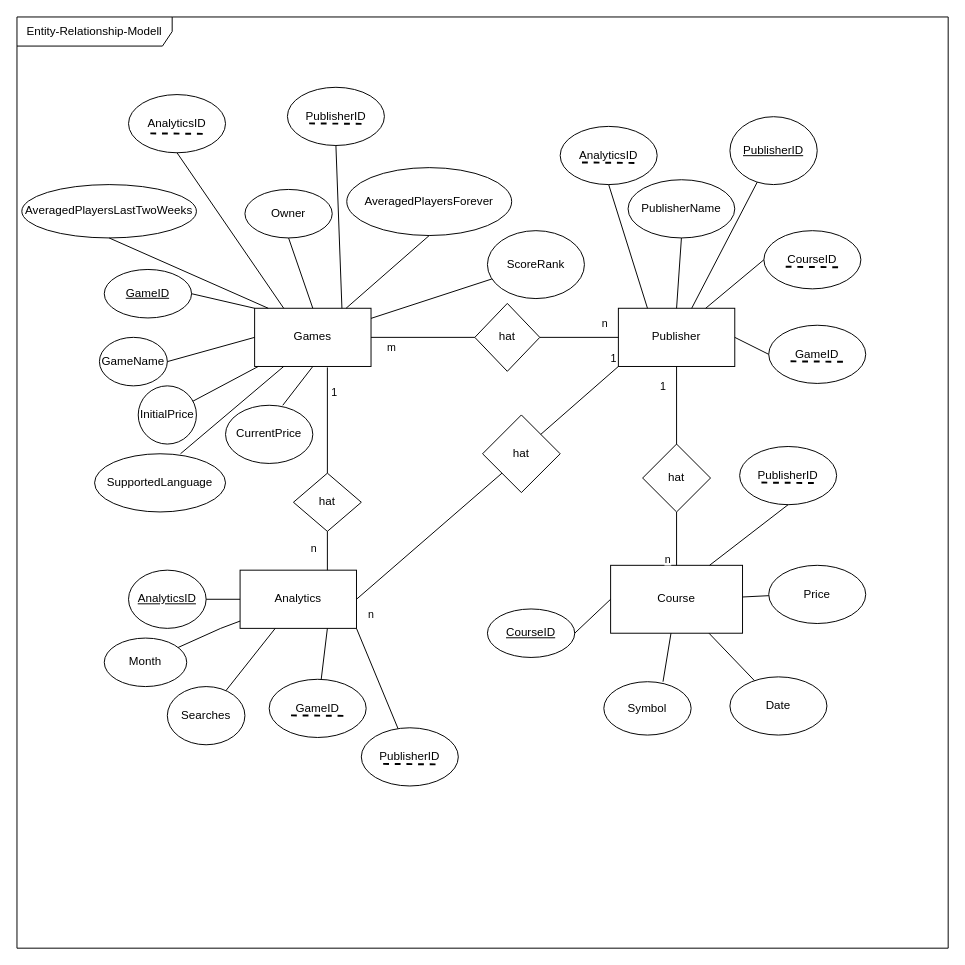
Noah250201/Simulationsprojekt keeps this draw.io diagram as ERModel.drawio. Above is the earlier version. Source tidied: cells renumbered, new cells numbered last; positions are measured from the earlier drawing's top-left corner, leaving out a move shared by most shapes. Both pictures are drawn from the tidied source at 97%, with x=0, y=0 at pixel (16, 16).
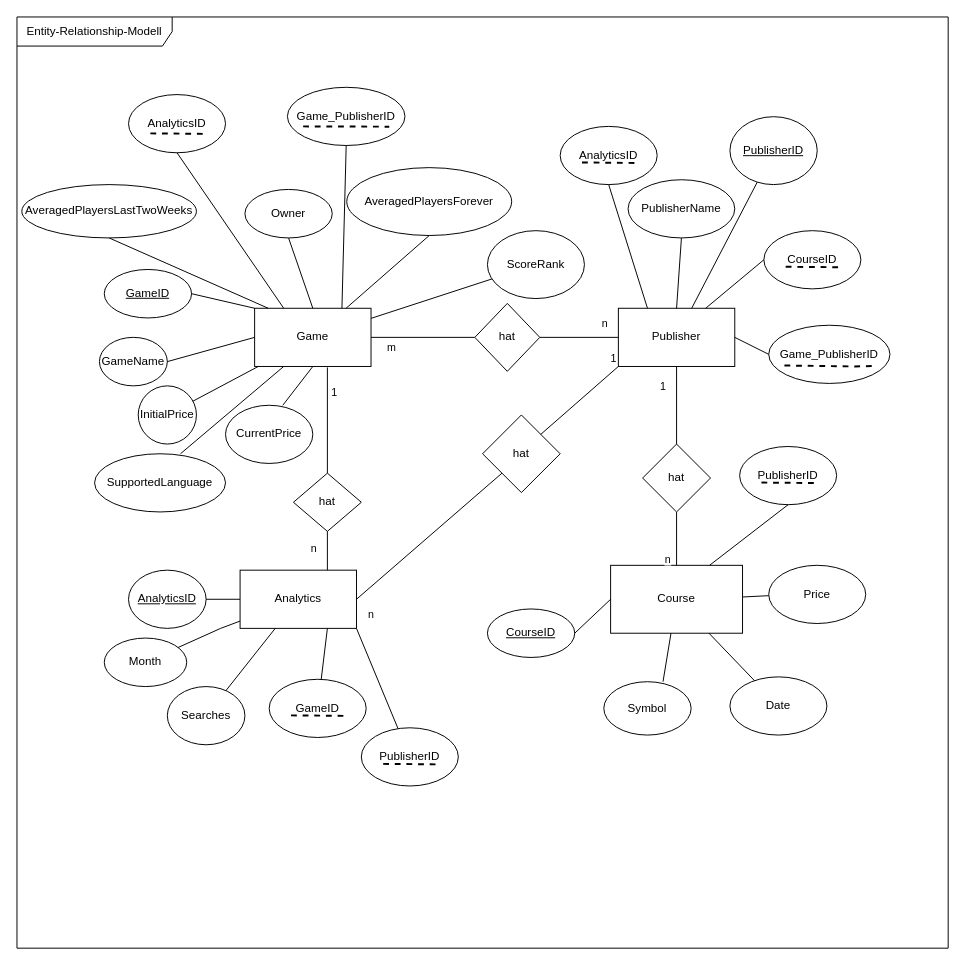
The same page after the edit.

Unchanged cells that the change refers to:
```xml
<mxCell id="2" value="Entity-Relationship-Modell" style="shape=umlFrame;whiteSpace=wrap;html=1;width=160;" parent="1" vertex="1">
  <mxGeometry width="960" height="960" as="geometry" />
</mxCell>
```

Diff of the diagram source:
```diff
@@
-    <mxCell id="3" value="Games" style="rounded=0;whiteSpace=wrap;html=1;" parent="2" vertex="1">
+    <mxCell id="3" value="Game" style="rounded=0;whiteSpace=wrap;html=1;" parent="2" vertex="1">
       <mxGeometry x="245" y="300.3" width="120" height="60" as="geometry" />
     </mxCell>
@@
-    <mxCell id="75" value="GameID" style="ellipse;whiteSpace=wrap;html=1;" parent="2" vertex="1">
-      <mxGeometry x="775" y="317.8" width="100" height="60" as="geometry" />
+    <mxCell id="75" value="Game_PublisherID" style="ellipse;whiteSpace=wrap;html=1;" parent="2" vertex="1">
+      <mxGeometry x="775" y="317.8" width="125" height="60" as="geometry" />
     </mxCell>
-    <mxCell id="76" style="endArrow=none;html=1;rounded=0;dashed=1;strokeWidth=2;" parent="2" edge="1">
+    <mxCell id="76" style="endArrow=none;html=1;rounded=0;dashed=1;strokeWidth=2;entryX=0.92;entryY=0.629;entryDx=0;entryDy=0;entryPerimeter=0;" parent="2" edge="1">
       <mxGeometry relative="1" as="geometry">
-        <mxPoint x="797.5" y="355" as="sourcePoint" />
-        <mxPoint x="852.5" y="355.5" as="targetPoint" />
+        <mxPoint x="791.2" y="359.3" as="sourcePoint" />
+        <mxPoint x="883.8" y="359.8" as="targetPoint" />
+        <Array as="points">
+          <mxPoint x="863.8" y="360.3" />
+        </Array>
       </mxGeometry>
     </mxCell>
@@
-    <mxCell id="88" value="PublisherID" style="ellipse;whiteSpace=wrap;html=1;" parent="2" vertex="1">
-      <mxGeometry x="278.8" y="72.5" width="100" height="60" as="geometry" />
+    <mxCell id="88" value="Game_PublisherID" style="ellipse;whiteSpace=wrap;html=1;" parent="2" vertex="1">
+      <mxGeometry x="278.8" y="72.5" width="121.2" height="60" as="geometry" />
     </mxCell>
-    <mxCell id="89" style="endArrow=none;html=1;rounded=0;dashed=1;strokeWidth=2;" parent="2" edge="1">
+    <mxCell id="89" style="endArrow=none;html=1;rounded=0;dashed=1;strokeWidth=2;entryX=0.918;entryY=0.625;entryDx=0;entryDy=0;entryPerimeter=0;" parent="2" edge="1">
       <mxGeometry relative="1" as="geometry">
-        <mxPoint x="301.2" y="109.7" as="sourcePoint" />
-        <mxPoint x="356.2" y="110.2" as="targetPoint" />
+        <mxPoint x="295" y="112.8" as="sourcePoint" />
+        <mxPoint x="383.8" y="113.1" as="targetPoint" />
       </mxGeometry>
     </mxCell>
```
